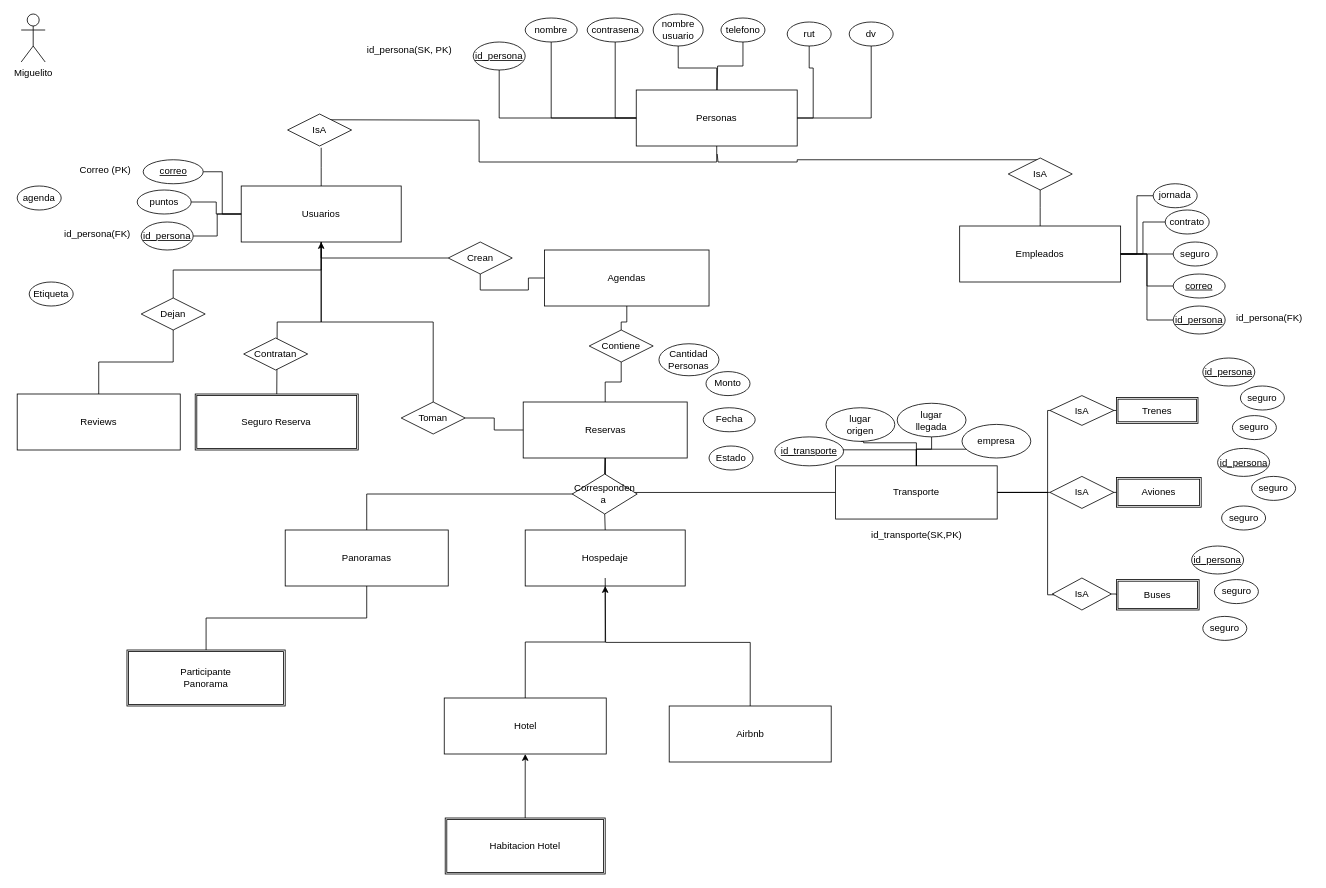
Earlier version of the draw.io diagram Diagrama sin título.drawio (fblazco/bdd_personal). Source tidied: cells renumbered, new cells numbered last; positions are measured from the earlier drawing's top-left corner, leaving out a move shared by most shapes. Both pictures are drawn from the tidied source at 80%, with x=0, y=0 at pixel (17, 14).
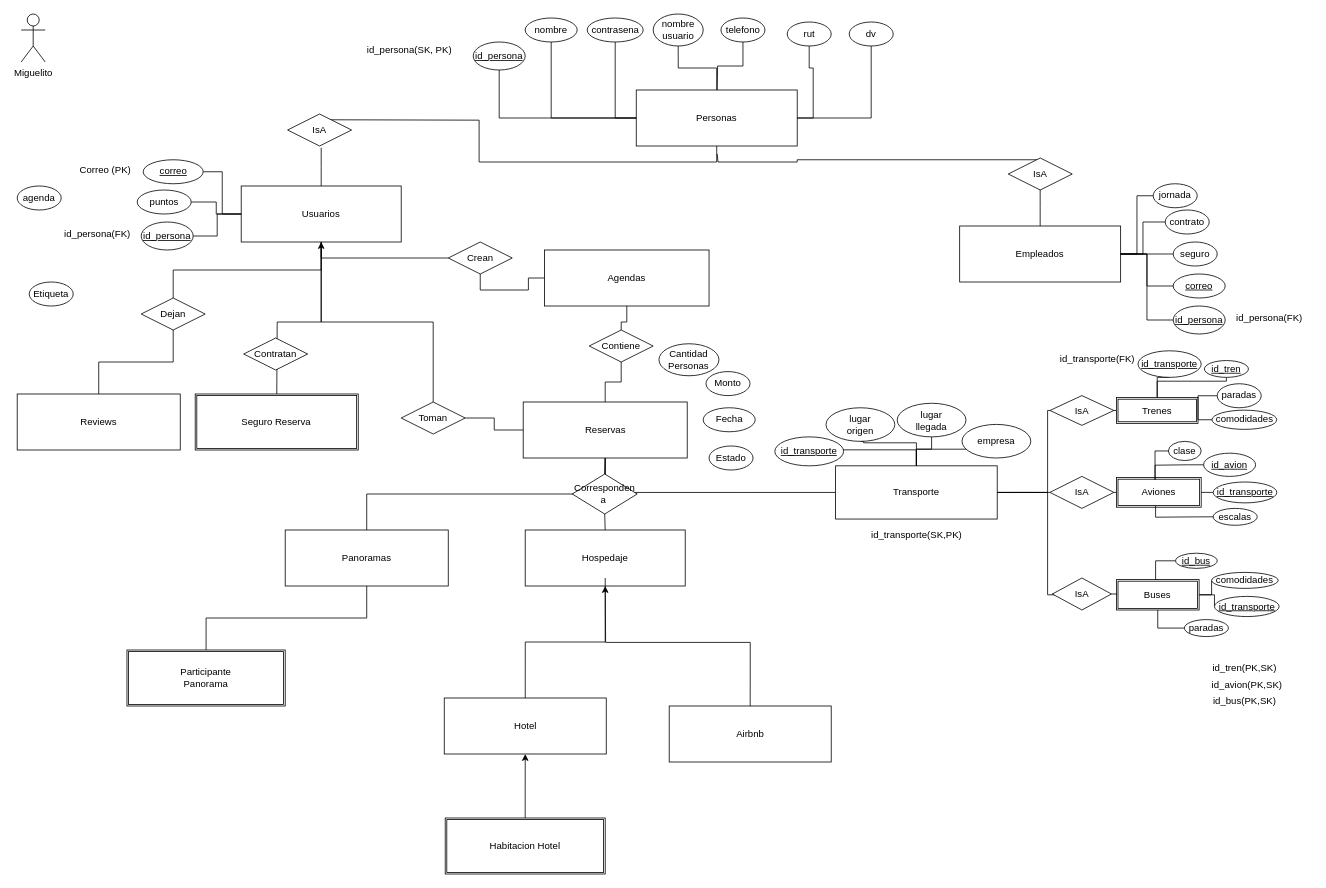
Above is the later version.

The change refers to these unchanged cells:
```xml
<mxCell id="85" value="Buses" style="shape=ext;double=1;rounded=0;whiteSpace=wrap;html=1;labelBackgroundColor=none;" parent="1" vertex="1">
  <mxGeometry x="1374" y="707" width="103.4" height="38" as="geometry" />
</mxCell>
<mxCell id="87" value="Aviones" style="shape=ext;double=1;rounded=0;whiteSpace=wrap;html=1;labelBackgroundColor=none;" parent="1" vertex="1">
  <mxGeometry x="1374" y="579.5" width="106" height="37" as="geometry" />
</mxCell>
<mxCell id="88" value="Trenes" style="shape=ext;double=1;rounded=0;whiteSpace=wrap;html=1;labelBackgroundColor=none;" parent="1" vertex="1">
  <mxGeometry x="1374" y="479.5" width="102" height="32.2" as="geometry" />
</mxCell>
```

Diff of the diagram source:
```diff
@@
+    <mxCell id="118" style="edgeStyle=orthogonalEdgeStyle;rounded=0;jettySize=auto;html=1;exitX=0.5;exitY=0;exitDx=0;exitDy=0;entryX=0;entryY=0.5;entryDx=0;entryDy=0;endArrow=none;startFill=0;" parent="1" edge="1" source="85" target="115">
+      <mxGeometry relative="1" as="geometry">
+        <Array as="points">
+          <mxPoint x="1423" y="707" />
+          <mxPoint x="1423" y="684" />
+        </Array>
+      </mxGeometry>
+    </mxCell>
+    <mxCell id="119" style="edgeStyle=orthogonalEdgeStyle;rounded=0;jettySize=auto;html=1;exitX=1;exitY=0.5;exitDx=0;exitDy=0;entryX=0;entryY=0.5;entryDx=0;entryDy=0;endArrow=none;endFill=1;startFill=0;" parent="1" edge="1" source="85" target="116">
+      <mxGeometry relative="1" as="geometry" />
+    </mxCell>
+    <mxCell id="120" style="edgeStyle=orthogonalEdgeStyle;rounded=0;jettySize=auto;html=1;exitX=1;exitY=0.5;exitDx=0;exitDy=0;entryX=0;entryY=0.5;entryDx=0;entryDy=0;endArrow=none;startFill=0;" parent="1" edge="1" source="85" target="129">
+      <mxGeometry relative="1" as="geometry" />
+    </mxCell>
+    <mxCell id="121" style="edgeStyle=orthogonalEdgeStyle;rounded=0;jettySize=auto;html=1;exitX=0.5;exitY=1;exitDx=0;exitDy=0;entryX=0;entryY=0.5;entryDx=0;entryDy=0;endArrow=none;startFill=0;" parent="1" edge="1" source="85" target="117">
+      <mxGeometry relative="1" as="geometry" />
+    </mxCell>
@@
+    <mxCell id="122" style="edgeStyle=orthogonalEdgeStyle;rounded=0;jettySize=auto;html=1;exitX=1;exitY=0.5;exitDx=0;exitDy=0;entryX=0;entryY=0.5;entryDx=0;entryDy=0;endArrow=none;startFill=0;" parent="1" edge="1" source="87" target="128">
+      <mxGeometry relative="1" as="geometry" />
+    </mxCell>
@@
+    <mxCell id="123" style="edgeStyle=orthogonalEdgeStyle;rounded=0;jettySize=auto;html=1;exitX=0.5;exitY=1;exitDx=0;exitDy=0;entryX=0.5;entryY=0;entryDx=0;entryDy=0;endArrow=none;startFill=0;" parent="1" edge="1" source="109" target="88">
+      <mxGeometry relative="1" as="geometry">
+        <Array as="points">
+          <mxPoint x="1511" y="459" />
+          <mxPoint x="1425" y="459" />
+        </Array>
+      </mxGeometry>
+    </mxCell>
-    <mxCell id="109" value="&lt;u&gt;id_persona&lt;/u&gt;" style="ellipse;whiteSpace=wrap;html=1;labelBackgroundColor=none;" parent="1" vertex="1">
-      <mxGeometry x="1482" y="430" width="65" height="35" as="geometry" />
+    <mxCell id="109" value="&lt;u&gt;id_tren&lt;/u&gt;" style="ellipse;whiteSpace=wrap;html=1;labelBackgroundColor=none;" parent="1" vertex="1">
+      <mxGeometry x="1484" y="433.2" width="55" height="21" as="geometry" />
     </mxCell>
+    <mxCell id="124" style="edgeStyle=orthogonalEdgeStyle;rounded=0;jettySize=auto;html=1;exitX=0;exitY=0.5;exitDx=0;exitDy=0;entryX=1;entryY=0.5;entryDx=0;entryDy=0;endArrow=none;startFill=0;" parent="1" edge="1" source="110" target="88">
+      <mxGeometry relative="1" as="geometry" />
+    </mxCell>
-    <mxCell id="110" value="seguro" style="ellipse;whiteSpace=wrap;html=1;labelBackgroundColor=none;" parent="1" vertex="1">
-      <mxGeometry x="1529" y="465" width="55" height="30" as="geometry" />
+    <mxCell id="110" value="paradas" style="ellipse;whiteSpace=wrap;html=1;labelBackgroundColor=none;" parent="1" vertex="1">
+      <mxGeometry x="1500" y="462.2" width="55" height="30" as="geometry" />
     </mxCell>
+    <mxCell id="125" style="edgeStyle=orthogonalEdgeStyle;rounded=0;jettySize=auto;html=1;exitX=0;exitY=0.5;exitDx=0;exitDy=0;entryX=1;entryY=0.5;entryDx=0;entryDy=0;endArrow=none;startFill=0;" parent="1" edge="1" source="111" target="88">
+      <mxGeometry relative="1" as="geometry" />
+    </mxCell>
-    <mxCell id="111" value="seguro" style="ellipse;whiteSpace=wrap;html=1;labelBackgroundColor=none;" parent="1" vertex="1">
-      <mxGeometry x="1519" y="502" width="55" height="30" as="geometry" />
+    <mxCell id="111" value="comodidades" style="ellipse;whiteSpace=wrap;html=1;labelBackgroundColor=none;" parent="1" vertex="1">
+      <mxGeometry x="1493.5" y="495.2" width="81" height="24" as="geometry" />
     </mxCell>
-    <mxCell id="112" value="seguro" style="ellipse;whiteSpace=wrap;html=1;labelBackgroundColor=none;" parent="1" vertex="1">
-      <mxGeometry x="1543" y="578" width="55" height="30" as="geometry" />
+    <mxCell id="112" value="clase" style="ellipse;whiteSpace=wrap;html=1;labelBackgroundColor=none;" parent="1" vertex="1">
+      <mxGeometry x="1439" y="534.2" width="41" height="24" as="geometry" />
     </mxCell>
-    <mxCell id="113" value="seguro" style="ellipse;whiteSpace=wrap;html=1;labelBackgroundColor=none;" parent="1" vertex="1">
-      <mxGeometry x="1505.5" y="615" width="55" height="30" as="geometry" />
+    <mxCell id="113" value="escalas" style="ellipse;whiteSpace=wrap;html=1;labelBackgroundColor=none;" parent="1" vertex="1">
+      <mxGeometry x="1495" y="618" width="55" height="21.1" as="geometry" />
     </mxCell>
-    <mxCell id="114" value="&lt;u&gt;id_persona&lt;/u&gt;" style="ellipse;whiteSpace=wrap;html=1;labelBackgroundColor=none;" parent="1" vertex="1">
-      <mxGeometry x="1500.5" y="543" width="65" height="35" as="geometry" />
+    <mxCell id="114" value="&lt;u&gt;id_avion&lt;/u&gt;" style="ellipse;whiteSpace=wrap;html=1;labelBackgroundColor=none;" parent="1" vertex="1">
+      <mxGeometry x="1483" y="549" width="65" height="29" as="geometry" />
     </mxCell>
-    <mxCell id="115" value="&lt;u&gt;id_persona&lt;/u&gt;" style="ellipse;whiteSpace=wrap;html=1;labelBackgroundColor=none;" parent="1" vertex="1">
-      <mxGeometry x="1468" y="665" width="65" height="35" as="geometry" />
+    <mxCell id="115" value="&lt;u&gt;id_bus&lt;/u&gt;" style="ellipse;whiteSpace=wrap;html=1;labelBackgroundColor=none;" parent="1" vertex="1">
+      <mxGeometry x="1448" y="674" width="52" height="19" as="geometry" />
     </mxCell>
-    <mxCell id="116" value="seguro" style="ellipse;whiteSpace=wrap;html=1;labelBackgroundColor=none;" parent="1" vertex="1">
-      <mxGeometry x="1496.5" y="707" width="55" height="30" as="geometry" />
+    <mxCell id="116" value="comodidades" style="ellipse;whiteSpace=wrap;html=1;labelBackgroundColor=none;" parent="1" vertex="1">
+      <mxGeometry x="1493" y="698" width="83.2" height="20" as="geometry" />
     </mxCell>
-    <mxCell id="117" value="seguro" style="ellipse;whiteSpace=wrap;html=1;labelBackgroundColor=none;" parent="1" vertex="1">
-      <mxGeometry x="1482" y="753" width="55" height="30" as="geometry" />
+    <mxCell id="117" value="paradas" style="ellipse;whiteSpace=wrap;html=1;labelBackgroundColor=none;" parent="1" vertex="1">
+      <mxGeometry x="1459" y="757" width="55" height="21.2" as="geometry" />
     </mxCell>
+    <mxCell id="126" style="edgeStyle=orthogonalEdgeStyle;rounded=0;jettySize=auto;html=1;exitX=0.5;exitY=1;exitDx=0;exitDy=0;entryX=0.5;entryY=0;entryDx=0;entryDy=0;endArrow=none;startFill=0;" parent="1" edge="1" source="127" target="88">
+      <mxGeometry relative="1" as="geometry" />
+    </mxCell>
+    <mxCell id="127" value="&lt;u&gt;id_transporte&lt;/u&gt;" style="ellipse;whiteSpace=wrap;html=1;labelBackgroundColor=none;" parent="1" vertex="1">
+      <mxGeometry x="1401" y="421" width="79" height="33.2" as="geometry" />
+    </mxCell>
+    <mxCell id="128" value="&lt;u&gt;id_transporte&lt;/u&gt;" style="ellipse;whiteSpace=wrap;html=1;labelBackgroundColor=none;" parent="1" vertex="1">
+      <mxGeometry x="1495" y="585" width="79.5" height="26.1" as="geometry" />
+    </mxCell>
+    <mxCell id="129" value="&lt;u&gt;id_transporte&lt;/u&gt;" style="ellipse;whiteSpace=wrap;html=1;labelBackgroundColor=none;" parent="1" vertex="1">
+      <mxGeometry x="1496.6" y="728" width="80.8" height="25.2" as="geometry" />
+    </mxCell>
+    <mxCell id="130" value="id_transporte(FK)" style="text;html=1;align=center;verticalAlign=middle;strokeColor=none;fillColor=none;labelBackgroundColor=none;" parent="1" vertex="1">
+      <mxGeometry x="1294" y="419" width="111" height="26" as="geometry" />
+    </mxCell>
+    <mxCell id="131" value="id_bus(PK,SK)" style="text;html=1;align=center;verticalAlign=middle;strokeColor=none;fillColor=none;labelBackgroundColor=none;" parent="1" vertex="1">
+      <mxGeometry x="1485.5" y="846" width="97" height="26" as="geometry" />
+    </mxCell>
+    <mxCell id="132" value="id_avion(PK,SK)" style="text;html=1;align=center;verticalAlign=middle;strokeColor=none;fillColor=none;labelBackgroundColor=none;" parent="1" vertex="1">
+      <mxGeometry x="1484" y="826" width="106" height="26" as="geometry" />
+    </mxCell>
+    <mxCell id="133" value="id_tren(PK,SK)" style="text;html=1;align=center;verticalAlign=middle;strokeColor=none;fillColor=none;labelBackgroundColor=none;" parent="1" vertex="1">
+      <mxGeometry x="1484.5" y="805" width="98" height="26" as="geometry" />
+    </mxCell>
+    <mxCell id="134" style="edgeStyle=orthogonalEdgeStyle;rounded=0;jettySize=auto;html=1;exitX=0;exitY=0.5;exitDx=0;exitDy=0;entryX=0.456;entryY=0.068;entryDx=0;entryDy=0;entryPerimeter=0;endArrow=none;startFill=0;" parent="1" edge="1" source="112" target="87">
+      <mxGeometry relative="1" as="geometry" />
+    </mxCell>
+    <mxCell id="135" style="edgeStyle=orthogonalEdgeStyle;rounded=0;jettySize=auto;html=1;exitX=0;exitY=0.5;exitDx=0;exitDy=0;entryX=0.456;entryY=0.077;entryDx=0;entryDy=0;entryPerimeter=0;endArrow=none;startFill=0;" parent="1" edge="1" source="114" target="87">
+      <mxGeometry relative="1" as="geometry">
+        <Array as="points">
+          <mxPoint x="1463" y="564" />
+          <mxPoint x="1422" y="564" />
+        </Array>
+      </mxGeometry>
+    </mxCell>
+    <mxCell id="136" style="edgeStyle=orthogonalEdgeStyle;rounded=0;jettySize=auto;html=1;exitX=0;exitY=0.5;exitDx=0;exitDy=0;entryX=0.462;entryY=0.959;entryDx=0;entryDy=0;entryPerimeter=0;endArrow=none;startFill=0;" parent="1" edge="1" source="113" target="87">
+      <mxGeometry relative="1" as="geometry">
+        <Array as="points">
+          <mxPoint x="1475" y="629" />
+          <mxPoint x="1423" y="629" />
+        </Array>
+      </mxGeometry>
+    </mxCell>
```
